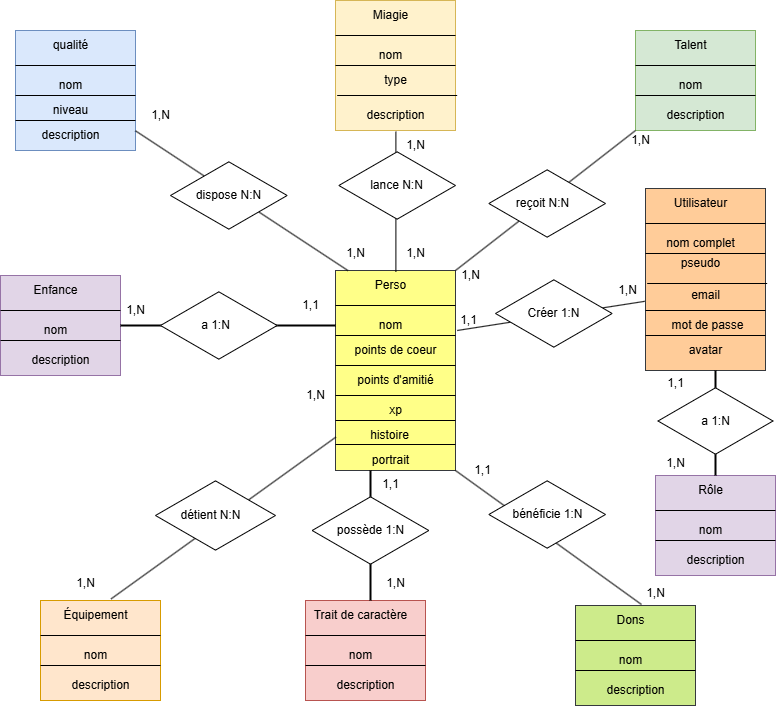
The draw.io diagram projetEcf/docs/donjonChaton.drawio.png in Alexiakane/donjonChaton, before a commit. Source tidied: cells renumbered, new cells last; positions are measured from the earlier drawing's top-left corner, leaving out a move shared by most shapes.
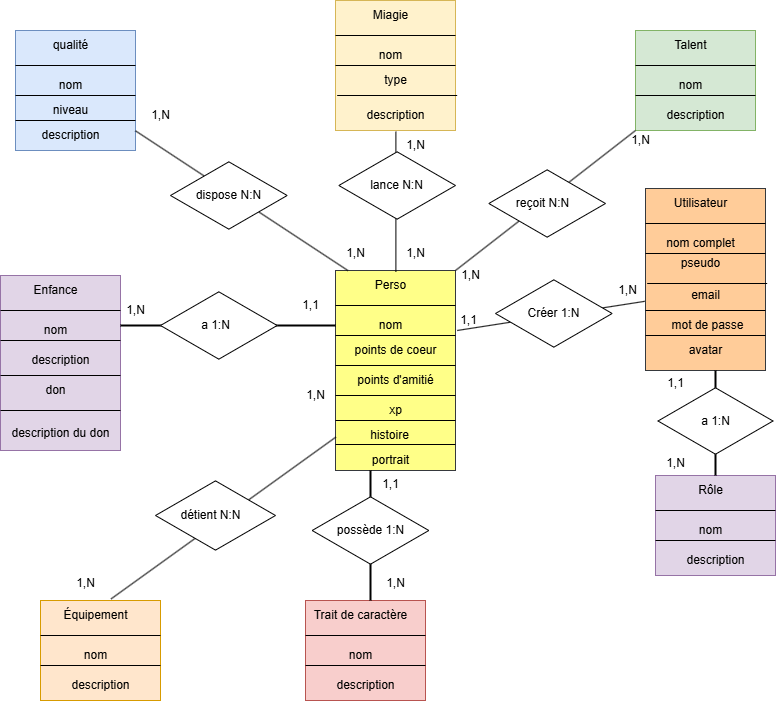
After the commit.

Change to the diagram source:
```diff
@@ -80,32 +80,14 @@
     <mxCell id="27" value="nom" style="text;html=1;align=center;verticalAlign=middle;strokeColor=none;fillColor=none;" parent="1" vertex="1">
       <mxGeometry x="665" y="70" width="50" height="30" as="geometry" />
     </mxCell>
-    <mxCell id="28" style="rounded=0;whiteSpace=wrap;html=1;fillColor=#cdeb8b;strokeColor=#36393d;" parent="1" vertex="1">
-      <mxGeometry x="575" y="605" width="120" height="100" as="geometry" />
-    </mxCell>
-    <mxCell id="29" style="line;strokeWidth=1;html=1;" parent="1" vertex="1">
-      <mxGeometry x="575" y="635" width="120" height="10" as="geometry" />
-    </mxCell>
-    <mxCell id="30" value="Dons" style="text;html=1;align=center;verticalAlign=middle;points=[];strokeColor=none;fillColor=none;" parent="1" vertex="1">
-      <mxGeometry x="605" y="605" width="50" height="30" as="geometry" />
-    </mxCell>
-    <mxCell id="31" value="nom" style="text;html=1;align=center;verticalAlign=middle;strokeColor=none;fillColor=none;" parent="1" vertex="1">
-      <mxGeometry x="605" y="645" width="50" height="30" as="geometry" />
-    </mxCell>
     <mxCell id="32" style="line;strokeWidth=1;html=1;" parent="1" vertex="1">
       <mxGeometry x="635" y="90" width="120" height="10" as="geometry" />
     </mxCell>
     <mxCell id="33" value="description" style="text;html=1;align=center;verticalAlign=middle;strokeColor=none;fillColor=none;" parent="1" vertex="1">
       <mxGeometry x="655" y="100" width="80" height="30" as="geometry" />
     </mxCell>
-    <mxCell id="34" style="line;strokeWidth=1;html=1;" parent="1" vertex="1">
-      <mxGeometry x="575" y="665" width="120" height="10" as="geometry" />
-    </mxCell>
-    <mxCell id="35" value="description" style="text;html=1;align=center;verticalAlign=middle;strokeColor=none;fillColor=none;" parent="1" vertex="1">
-      <mxGeometry x="595" y="675" width="80" height="30" as="geometry" />
-    </mxCell>
     <mxCell id="36" style="rounded=0;whiteSpace=wrap;html=1;fillColor=#e1d5e7;strokeColor=#9673a6;" parent="1" vertex="1">
-      <mxGeometry y="275" width="120" height="100" as="geometry" />
+      <mxGeometry y="275" width="120" height="175" as="geometry" />
     </mxCell>
     <mxCell id="37" style="line;strokeWidth=1;html=1;" parent="1" vertex="1">
       <mxGeometry y="305" width="120" height="10" as="geometry" />
@@ -236,21 +218,6 @@
     <mxCell id="78" value="1,N" style="text;html=1;align=center;verticalAlign=middle;strokeColor=none;fillColor=none;" parent="1" vertex="1">
       <mxGeometry x="620" y="125" width="40" height="30" as="geometry" />
     </mxCell>
-    <mxCell id="79" style="endArrow=none;html=1;rounded=0;entryX=1;entryY=1;entryDx=0;entryDy=0;exitX=0.72;exitY=-0.033;exitDx=0;exitDy=0;exitPerimeter=0;" parent="1" edge="1" source="30" target="2">
-      <mxGeometry relative="1" as="geometry" />
-    </mxCell>
-    <mxCell id="80" style="html=1;whiteSpace=wrap;shape=isoRectangle;" parent="1" vertex="1">
-      <mxGeometry x="488.3" y="479" width="116.7" height="70" as="geometry" />
-    </mxCell>
-    <mxCell id="81" value="1,1" style="text;html=1;align=center;verticalAlign=middle;strokeColor=none;fillColor=none;" parent="1" vertex="1">
-      <mxGeometry x="461.7" y="455" width="40" height="30" as="geometry" />
-    </mxCell>
-    <mxCell id="82" value="1,N" style="text;html=1;align=center;verticalAlign=middle;strokeColor=none;fillColor=none;" parent="1" vertex="1">
-      <mxGeometry x="635" y="578" width="40" height="30" as="geometry" />
-    </mxCell>
-    <mxCell id="83" value="bénéficie 1:N" style="text;html=1;align=center;verticalAlign=middle;strokeColor=none;fillColor=none;" parent="1" vertex="1">
-      <mxGeometry x="501.7" y="499" width="90" height="30" as="geometry" />
-    </mxCell>
     <mxCell id="84" style="line;strokeWidth=1;html=1;" parent="1" vertex="1">
       <mxGeometry x="336.7" y="90" width="120" height="10" as="geometry" />
     </mxCell>
@@ -370,5 +337,17 @@
     <mxCell id="121" value="portrait" style="text;html=1;align=center;verticalAlign=middle;strokeColor=none;fillColor=none;" parent="1" vertex="1">
       <mxGeometry x="360" y="445" width="60" height="30" as="geometry" />
     </mxCell>
+    <mxCell id="122" style="line;strokeWidth=1;html=1;" parent="1" vertex="1">
+      <mxGeometry y="370" width="120" height="10" as="geometry" />
+    </mxCell>
+    <mxCell id="123" style="line;strokeWidth=1;html=1;" parent="1" vertex="1">
+      <mxGeometry y="405" width="120" height="10" as="geometry" />
+    </mxCell>
+    <mxCell id="124" value="don" style="text;html=1;align=center;verticalAlign=middle;strokeColor=none;fillColor=none;" parent="1" vertex="1">
+      <mxGeometry x="35" y="375" width="40" height="30" as="geometry" />
+    </mxCell>
+    <mxCell id="125" value="description du don" style="text;html=1;align=center;verticalAlign=middle;strokeColor=none;fillColor=none;" parent="1" vertex="1">
+      <mxGeometry y="418" width="120" height="30" as="geometry" />
+    </mxCell>
   </root>
 </mxGraphModel>
```
